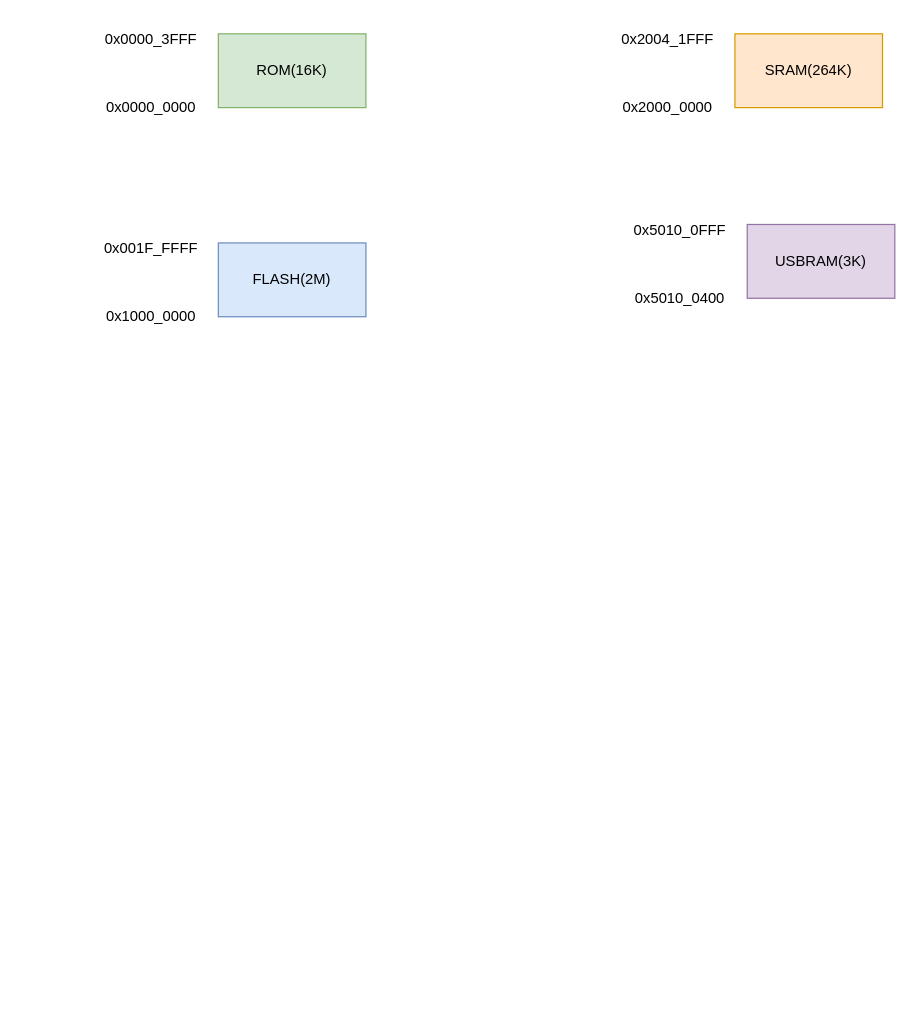
Above: pi_pico.drawio in thomas-coding/drawio (draw.io), before the change. Source tidied: cells renumbered, new cells numbered last; positions are measured from the earlier drawing's top-left corner, leaving out a move shared by most shapes. Both pictures are drawn from the tidied source at 123%, with x=0, y=0 at pixel (89, 21).
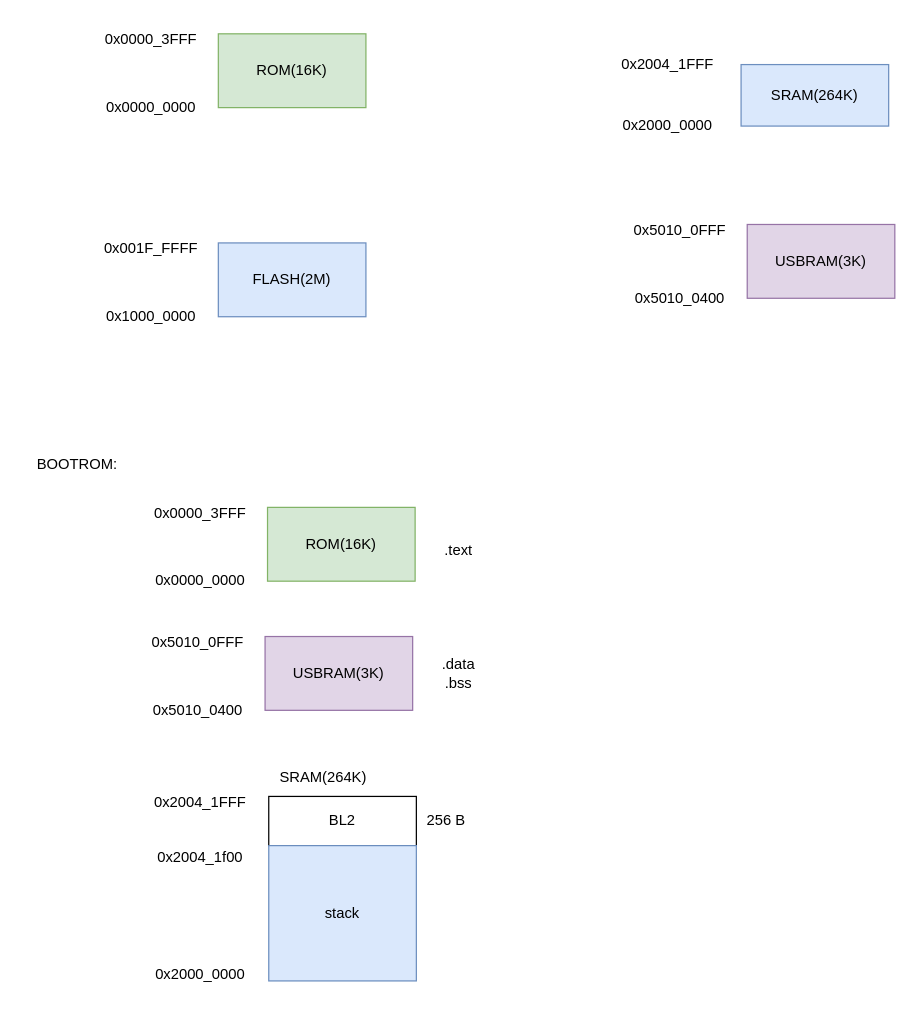
The same diagram, later.

What changed in the source:
```diff
@@
-    <mxCell id="8" value="SRAM(264K)" style="rounded=0;whiteSpace=wrap;html=1;fillColor=#ffe6cc;strokeColor=#d79b00;" parent="1" vertex="1">
-      <mxGeometry x="525" y="10" width="120" height="60" as="geometry" />
+    <mxCell id="8" value="BL2" style="rounded=0;whiteSpace=wrap;html=1;" parent="1" vertex="1">
+      <mxGeometry x="146" y="630" width="120" height="40" as="geometry" />
     </mxCell>
     <mxCell id="9" value="0x2000_0000" style="text;html=1;align=center;verticalAlign=middle;strokeColor=none;fillColor=none;" parent="1" vertex="1">
-      <mxGeometry x="420" y="55" width="100" height="30" as="geometry" />
+      <mxGeometry x="40" y="760" width="100" height="30" as="geometry" />
     </mxCell>
     <mxCell id="10" value="0x2004_1FFF" style="text;html=1;align=center;verticalAlign=middle;strokeColor=none;fillColor=none;" parent="1" vertex="1">
-      <mxGeometry x="420" width="100" height="30" as="geometry" />
+      <mxGeometry x="40" y="620" width="100" height="30" as="geometry" />
     </mxCell>
@@
+    <mxCell id="14" value="BOOTROM:" style="text;html=1;align=center;verticalAlign=middle;strokeColor=none;fillColor=none;" parent="1" vertex="1">
+      <mxGeometry x="-55" y="345" width="90" height="30" as="geometry" />
+    </mxCell>
+    <mxCell id="15" value="ROM(16K)" style="rounded=0;whiteSpace=wrap;html=1;fillColor=#d5e8d4;strokeColor=#82b366;" parent="1" vertex="1">
+      <mxGeometry x="145" y="395" width="120" height="60" as="geometry" />
+    </mxCell>
+    <mxCell id="16" value="0x0000_0000" style="text;html=1;align=center;verticalAlign=middle;strokeColor=none;fillColor=none;" parent="1" vertex="1">
+      <mxGeometry x="40" y="440" width="100" height="30" as="geometry" />
+    </mxCell>
+    <mxCell id="17" value="0x0000_3FFF" style="text;html=1;align=center;verticalAlign=middle;strokeColor=none;fillColor=none;" parent="1" vertex="1">
+      <mxGeometry x="40" y="385" width="100" height="30" as="geometry" />
+    </mxCell>
+    <mxCell id="18" value="USBRAM(3K)" style="rounded=0;whiteSpace=wrap;html=1;fillColor=#e1d5e7;strokeColor=#9673a6;" parent="1" vertex="1">
+      <mxGeometry x="143" y="500" width="120" height="60" as="geometry" />
+    </mxCell>
+    <mxCell id="19" value="0x5010_0400" style="text;html=1;align=center;verticalAlign=middle;strokeColor=none;fillColor=none;" parent="1" vertex="1">
+      <mxGeometry x="38" y="545" width="100" height="30" as="geometry" />
+    </mxCell>
+    <mxCell id="20" value="0x5010_0FFF" style="text;html=1;align=center;verticalAlign=middle;strokeColor=none;fillColor=none;" parent="1" vertex="1">
+      <mxGeometry x="38" y="490" width="100" height="30" as="geometry" />
+    </mxCell>
+    <mxCell id="21" value=".text" style="text;html=1;align=center;verticalAlign=middle;strokeColor=none;fillColor=none;" parent="1" vertex="1">
+      <mxGeometry x="275" y="415" width="50" height="30" as="geometry" />
+    </mxCell>
+    <mxCell id="22" value=".data&lt;br&gt;.bss" style="text;html=1;align=center;verticalAlign=middle;strokeColor=none;fillColor=none;" parent="1" vertex="1">
+      <mxGeometry x="275" y="510" width="50" height="40" as="geometry" />
+    </mxCell>
+    <mxCell id="23" value="stack" style="rounded=0;whiteSpace=wrap;html=1;fillColor=#dae8fc;strokeColor=#6c8ebf;" parent="1" vertex="1">
+      <mxGeometry x="146" y="670" width="120" height="110" as="geometry" />
+    </mxCell>
+    <mxCell id="24" value="&lt;span style=&quot;&quot;&gt;SRAM(264K)&lt;/span&gt;" style="text;html=1;align=center;verticalAlign=middle;strokeColor=none;fillColor=none;" parent="1" vertex="1">
+      <mxGeometry x="145" y="600" width="90" height="30" as="geometry" />
+    </mxCell>
+    <mxCell id="25" value="0x2004_1f00" style="text;html=1;align=center;verticalAlign=middle;strokeColor=none;fillColor=none;" parent="1" vertex="1">
+      <mxGeometry x="45" y="665" width="90" height="30" as="geometry" />
+    </mxCell>
+    <mxCell id="26" value="256 B" style="text;html=1;align=center;verticalAlign=middle;strokeColor=none;fillColor=none;" parent="1" vertex="1">
+      <mxGeometry x="265" y="635" width="50" height="30" as="geometry" />
+    </mxCell>
+    <mxCell id="27" value="0x2000_0000" style="text;html=1;align=center;verticalAlign=middle;strokeColor=none;fillColor=none;" parent="1" vertex="1">
+      <mxGeometry x="420" y="70" width="100" height="30" as="geometry" />
+    </mxCell>
+    <mxCell id="28" value="0x2004_1FFF" style="text;html=1;align=center;verticalAlign=middle;strokeColor=none;fillColor=none;" parent="1" vertex="1">
+      <mxGeometry x="420" y="20" width="100" height="30" as="geometry" />
+    </mxCell>
+    <mxCell id="29" value="SRAM(264K)" style="rounded=0;whiteSpace=wrap;html=1;fillColor=#dae8fc;strokeColor=#6c8ebf;" parent="1" vertex="1">
+      <mxGeometry x="530" y="35" width="120" height="50" as="geometry" />
+    </mxCell>
```
